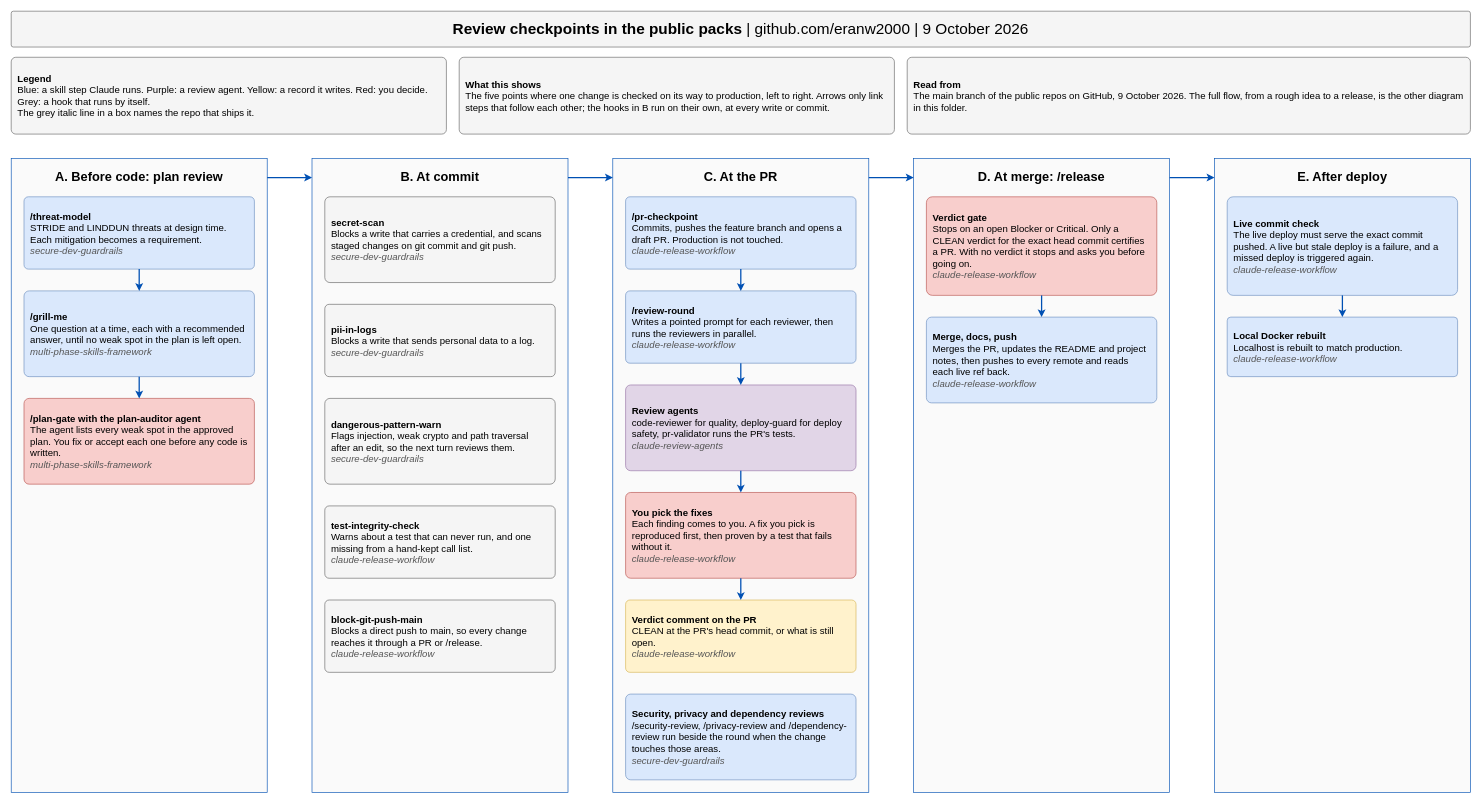
Above: docs/review-checkpoints.drawio in eranw2000/eranw2000 (draw.io), before the change. Source tidied: cells renumbered, new cells numbered last; positions are measured from the earlier drawing's top-left corner, leaving out a move shared by most shapes. Both pictures are drawn from the tidied source at 64%, with x=0, y=0 at pixel (11, 11).
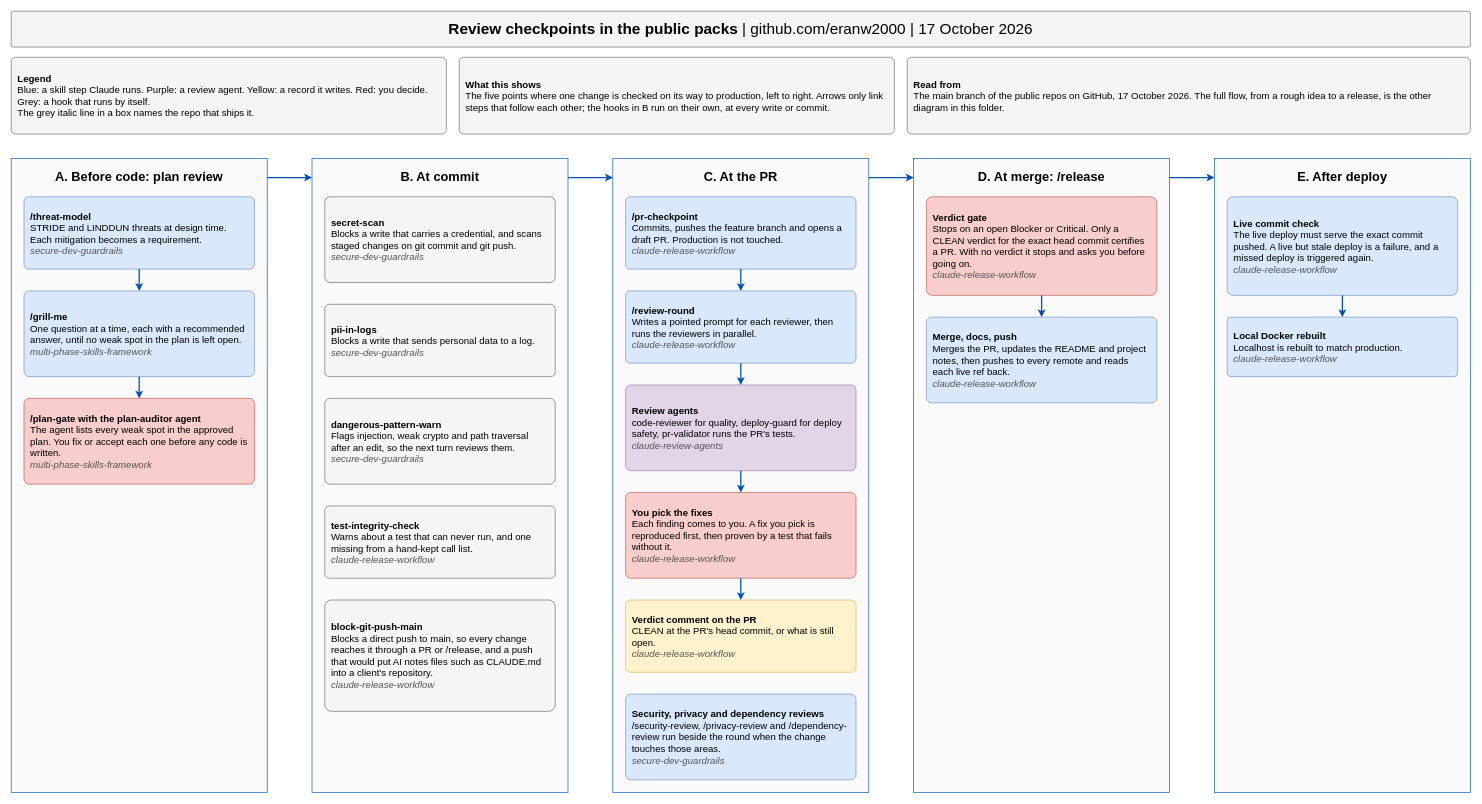
After the change.

Commit message (it also covers changes not shown here):
Profile: both diagrams show the push guard refusing AI notes files in a client's repository

Unchanged cells that the change refers to:
```xml
<mxCell id="10" value="B. At commit" style="rounded=0;whiteSpace=wrap;fillColor=#fafafa;strokeColor=#0050b3;fontStyle=1;fontSize=20;verticalAlign=top;align=center;spacingTop=10;fontFamily=Helvetica;html=1;" parent="1" vertex="1">
  <mxGeometry x="470" y="230" width="400" height="991" as="geometry" />
</mxCell>
```

Diff of the diagram source:
```diff
@@
-    <mxCell id="2" value="&lt;b&gt;Review checkpoints in the public packs&lt;/b&gt;  |  github.com/eranw2000  |  9 October 2026" style="rounded=1;arcSize=6;whiteSpace=wrap;fontSize=24;fontFamily=Helvetica;spacing=10;align=center;verticalAlign=middle;fillColor=#f5f5f5;strokeColor=#666666;html=1;" parent="1" vertex="1">
+    <mxCell id="2" value="&lt;b&gt;Review checkpoints in the public packs&lt;/b&gt;  |  github.com/eranw2000  |  17 October 2026" style="rounded=1;arcSize=6;whiteSpace=wrap;fontSize=24;fontFamily=Helvetica;spacing=10;align=center;verticalAlign=middle;fillColor=#f5f5f5;strokeColor=#666666;html=1;" parent="1" vertex="1">
       <mxGeometry width="2280" height="56" as="geometry" />
     </mxCell>
@@
-    <mxCell id="5" value="&lt;b&gt;Read from&lt;/b&gt;&lt;br&gt;The main branch of the public repos on GitHub, 9 October 2026. The full flow, from a rough idea to a release, is the other diagram in this folder." style="rounded=1;arcSize=6;whiteSpace=wrap;fontSize=15;fontFamily=Helvetica;spacing=10;align=left;verticalAlign=middle;fillColor=#f5f5f5;strokeColor=#666666;html=1;" parent="1" vertex="1">
+    <mxCell id="5" value="&lt;b&gt;Read from&lt;/b&gt;&lt;br&gt;The main branch of the public repos on GitHub, 17 October 2026. The full flow, from a rough idea to a release, is the other diagram in this folder." style="rounded=1;arcSize=6;whiteSpace=wrap;fontSize=15;fontFamily=Helvetica;spacing=10;align=left;verticalAlign=middle;fillColor=#f5f5f5;strokeColor=#666666;html=1;" parent="1" vertex="1">
       <mxGeometry x="1400" y="72" width="880" height="120" as="geometry" />
     </mxCell>
@@
-    <mxCell id="15" value="&lt;b&gt;block-git-push-main&lt;/b&gt;&lt;br&gt;Blocks a direct push to main, so every change reaches it through a PR or /release.&lt;br&gt;&lt;i&gt;&lt;font color=&quot;#555555&quot;&gt;claude-release-workflow&lt;/font&gt;&lt;/i&gt;" style="rounded=1;arcSize=6;whiteSpace=wrap;fontSize=15;fontFamily=Helvetica;spacing=10;align=left;verticalAlign=middle;fillColor=#f5f5f5;strokeColor=#666666;html=1;" parent="10" vertex="1">
-      <mxGeometry x="20" y="690" width="360" height="113" as="geometry" />
+    <mxCell id="15" value="&lt;b&gt;block-git-push-main&lt;/b&gt;&lt;br&gt;Blocks a direct push to main, so every change reaches it through a PR or /release, and a push that would put AI notes files such as CLAUDE.md into a client&amp;#x27;s repository.&lt;br&gt;&lt;i&gt;&lt;font color=&quot;#555555&quot;&gt;claude-release-workflow&lt;/font&gt;&lt;/i&gt;" style="rounded=1;arcSize=6;whiteSpace=wrap;fontSize=15;fontFamily=Helvetica;spacing=10;align=left;verticalAlign=middle;fillColor=#f5f5f5;strokeColor=#666666;html=1;" parent="10" vertex="1">
+      <mxGeometry x="20" y="690" width="360" height="174" as="geometry" />
     </mxCell>
```
